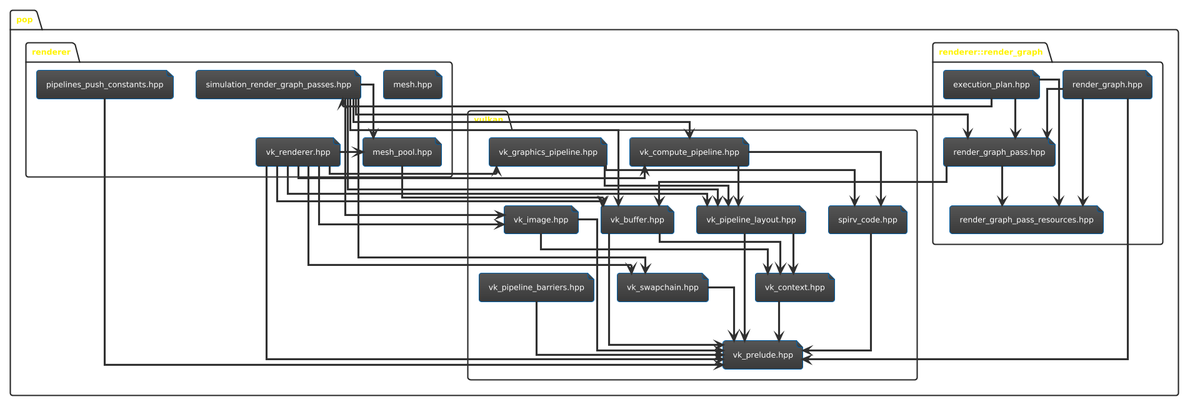
Above: UML/vulkan/abstract_overview_vulkan.png in Genkunen/ProgramowanieObiektoweProjekt (PlantUML), before the change.
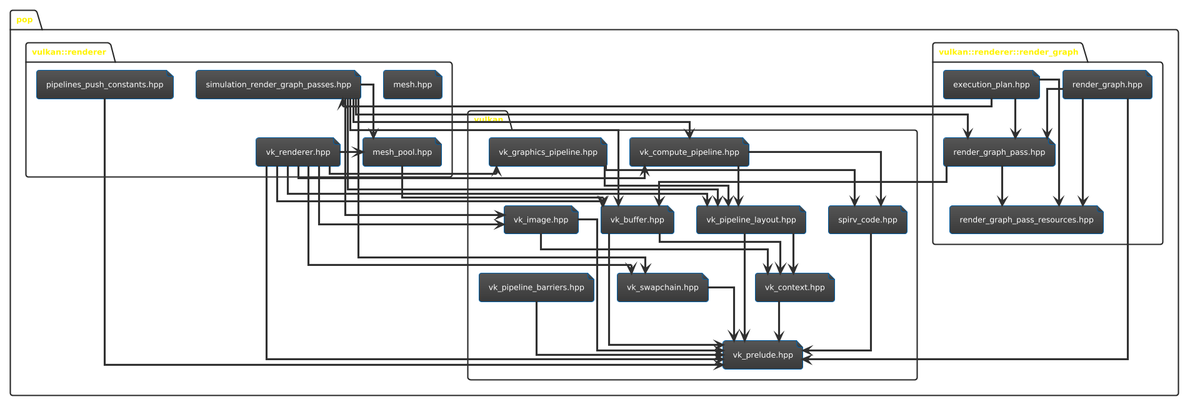
The same file after the commit.

The edit, as a diff of the source:
```diff
@@ -19,7 +19,7 @@
         file "vk_swapchain.hpp" as vk_swapchain
     }
 
-    namespace renderer {
+    namespace vulkan::renderer {
         file "mesh.hpp" as mesh
         file "mesh_pool.hpp" as mesh_pool
         file "pipelines_push_constants.hpp" as pipelines_push_constants
@@ -27,7 +27,7 @@
         file "vk_renderer.hpp" as vk_renderer
     }
 
-    namespace renderer::render_graph {
+    namespace vulkan::renderer::render_graph {
         file "execution_plan.hpp" as execution_plan
         file "render_graph.hpp" as render_graph
         file "render_graph_pass.hpp" as render_graph_pass
```
